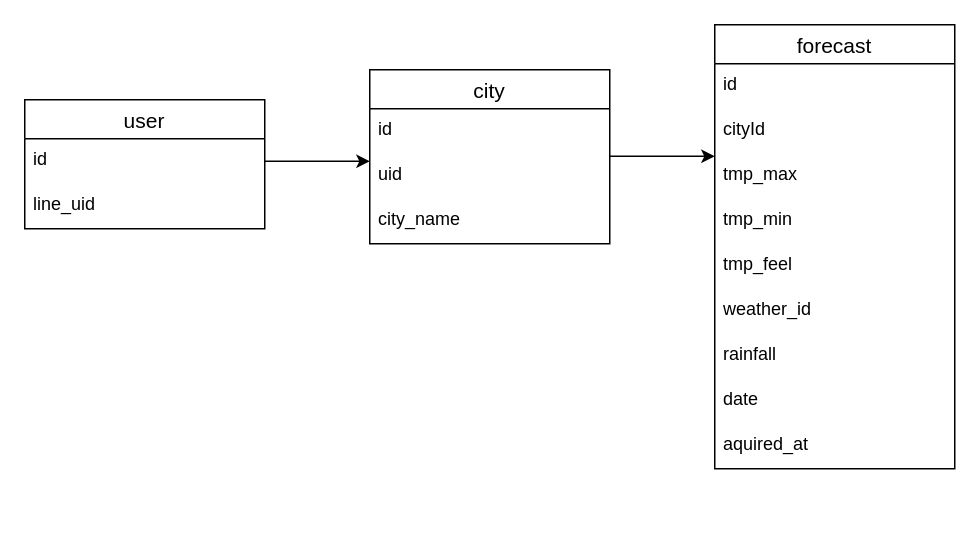
Earlier version of the draw.io diagram db/er/er.drawio (HijiriSato88/weatherLine). Source tidied: cells renumbered, new cells numbered last; positions are measured from the earlier drawing's top-left corner, leaving out a move shared by most shapes. Both pictures are drawn from the tidied source at 150%, with x=0, y=0 at pixel (24, 24).
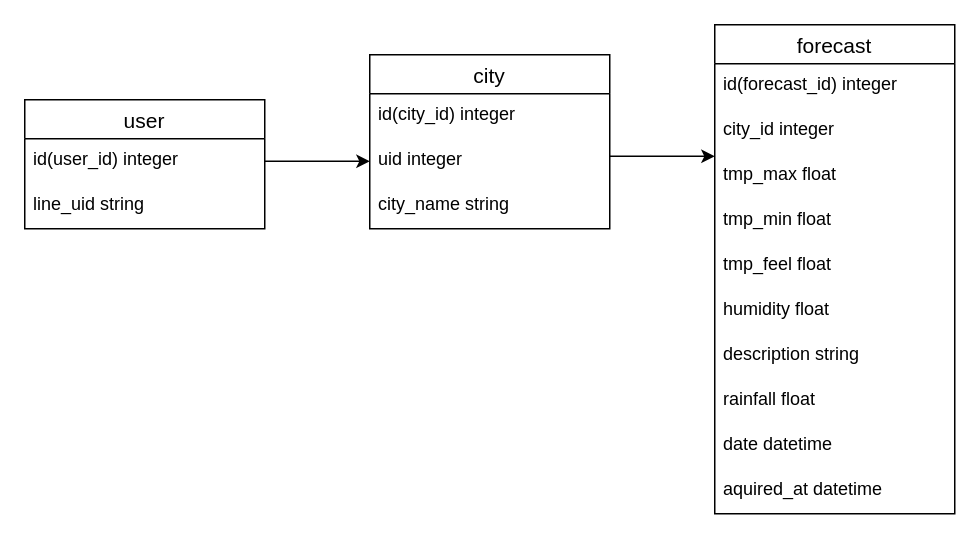
Above is the later version.

The change refers to these unchanged cells:
```xml
<mxCell id="2" value="user" style="swimlane;fontStyle=0;horizontal=1;startSize=26;align=center;fontSize=14;" parent="1" vertex="1">
  <mxGeometry y="50" width="160" height="86" as="geometry" />
</mxCell>
```

The edit, as a diff of the source:
```diff
@@
-    <mxCell id="3" value="id" style="text;strokeColor=none;fillColor=none;spacingLeft=4;spacingRight=4;overflow=hidden;points=[[0,0.5],[1,0.5]];portConstraint=eastwest;fontSize=12;" parent="2" vertex="1">
+    <mxCell id="3" value="id(user_id) integer" style="text;strokeColor=none;fillColor=none;spacingLeft=4;spacingRight=4;overflow=hidden;points=[[0,0.5],[1,0.5]];portConstraint=eastwest;fontSize=12;" parent="2" vertex="1">
       <mxGeometry y="26" width="160" height="30" as="geometry" />
     </mxCell>
-    <mxCell id="4" value="line_uid" style="text;strokeColor=none;fillColor=none;spacingLeft=4;spacingRight=4;overflow=hidden;fontSize=12;" parent="2" vertex="1">
+    <mxCell id="4" value="line_uid string" style="text;strokeColor=none;fillColor=none;spacingLeft=4;spacingRight=4;overflow=hidden;fontSize=12;" parent="2" vertex="1">
       <mxGeometry y="56" width="160" height="30" as="geometry" />
     </mxCell>
@@
     <mxCell id="6" value="forecast" style="swimlane;fontStyle=0;horizontal=1;startSize=26;align=center;fontSize=14;" parent="1" vertex="1">
-      <mxGeometry x="460" width="160" height="296" as="geometry" />
+      <mxGeometry x="460" width="160" height="326" as="geometry" />
     </mxCell>
-    <mxCell id="7" value="id" style="text;strokeColor=none;fillColor=none;spacingLeft=4;spacingRight=4;overflow=hidden;fontSize=12;" parent="6" vertex="1">
+    <mxCell id="7" value="id(forecast_id) integer" style="text;strokeColor=none;fillColor=none;spacingLeft=4;spacingRight=4;overflow=hidden;fontSize=12;" parent="6" vertex="1">
       <mxGeometry y="26" width="160" height="30" as="geometry" />
     </mxCell>
-    <mxCell id="8" value="cityId" style="text;strokeColor=none;fillColor=none;spacingLeft=4;spacingRight=4;overflow=hidden;fontSize=12;" parent="6" vertex="1">
+    <mxCell id="8" value="city_id integer" style="text;strokeColor=none;fillColor=none;spacingLeft=4;spacingRight=4;overflow=hidden;fontSize=12;" parent="6" vertex="1">
       <mxGeometry y="56" width="160" height="30" as="geometry" />
     </mxCell>
-    <mxCell id="9" value="tmp_max" style="text;strokeColor=none;fillColor=none;spacingLeft=4;spacingRight=4;overflow=hidden;fontSize=12;" parent="6" vertex="1">
+    <mxCell id="9" value="tmp_max float" style="text;strokeColor=none;fillColor=none;spacingLeft=4;spacingRight=4;overflow=hidden;fontSize=12;" parent="6" vertex="1">
       <mxGeometry y="86" width="160" height="30" as="geometry" />
     </mxCell>
-    <mxCell id="10" value="tmp_min" style="text;strokeColor=none;fillColor=none;spacingLeft=4;spacingRight=4;overflow=hidden;fontSize=12;" parent="6" vertex="1">
+    <mxCell id="10" value="tmp_min float" style="text;strokeColor=none;fillColor=none;spacingLeft=4;spacingRight=4;overflow=hidden;fontSize=12;" parent="6" vertex="1">
       <mxGeometry y="116" width="160" height="30" as="geometry" />
     </mxCell>
-    <mxCell id="11" value="tmp_feel" style="text;strokeColor=none;fillColor=none;spacingLeft=4;spacingRight=4;overflow=hidden;fontSize=12;" parent="6" vertex="1">
+    <mxCell id="11" value="tmp_feel float" style="text;strokeColor=none;fillColor=none;spacingLeft=4;spacingRight=4;overflow=hidden;fontSize=12;" parent="6" vertex="1">
       <mxGeometry y="146" width="160" height="30" as="geometry" />
     </mxCell>
+    <mxCell id="21" value="humidity float" style="text;strokeColor=none;fillColor=none;spacingLeft=4;spacingRight=4;overflow=hidden;fontSize=12;" parent="6" vertex="1">
+      <mxGeometry y="176" width="160" height="30" as="geometry" />
+    </mxCell>
-    <mxCell id="12" value="weather_id" style="text;strokeColor=none;fillColor=none;spacingLeft=4;spacingRight=4;overflow=hidden;fontSize=12;" parent="6" vertex="1">
-      <mxGeometry y="176" width="160" height="30" as="geometry" />
+    <mxCell id="12" value="description string" style="text;strokeColor=none;fillColor=none;spacingLeft=4;spacingRight=4;overflow=hidden;fontSize=12;" parent="6" vertex="1">
+      <mxGeometry y="206" width="160" height="30" as="geometry" />
     </mxCell>
-    <mxCell id="13" value="rainfall" style="text;strokeColor=none;fillColor=none;spacingLeft=4;spacingRight=4;overflow=hidden;fontSize=12;" parent="6" vertex="1">
-      <mxGeometry y="206" width="160" height="30" as="geometry" />
+    <mxCell id="13" value="rainfall float" style="text;strokeColor=none;fillColor=none;spacingLeft=4;spacingRight=4;overflow=hidden;fontSize=12;" parent="6" vertex="1">
+      <mxGeometry y="236" width="160" height="30" as="geometry" />
     </mxCell>
-    <mxCell id="14" value="date" style="text;strokeColor=none;fillColor=none;spacingLeft=4;spacingRight=4;overflow=hidden;fontSize=12;" parent="6" vertex="1">
-      <mxGeometry y="236" width="160" height="30" as="geometry" />
+    <mxCell id="14" value="date datetime" style="text;strokeColor=none;fillColor=none;spacingLeft=4;spacingRight=4;overflow=hidden;fontSize=12;" parent="6" vertex="1">
+      <mxGeometry y="266" width="160" height="30" as="geometry" />
     </mxCell>
-    <mxCell id="15" value="aquired_at" style="text;strokeColor=none;fillColor=none;spacingLeft=4;spacingRight=4;overflow=hidden;fontSize=12;" parent="6" vertex="1">
-      <mxGeometry y="266" width="160" height="30" as="geometry" />
+    <mxCell id="15" value="aquired_at datetime" style="text;strokeColor=none;fillColor=none;spacingLeft=4;spacingRight=4;overflow=hidden;fontSize=12;" parent="6" vertex="1">
+      <mxGeometry y="296" width="160" height="30" as="geometry" />
     </mxCell>
     <mxCell id="16" value="city" style="swimlane;fontStyle=0;horizontal=1;startSize=26;align=center;fontSize=14;" parent="1" vertex="1">
-      <mxGeometry x="230" y="30" width="160" height="116" as="geometry" />
+      <mxGeometry x="230" y="20" width="160" height="116" as="geometry" />
     </mxCell>
-    <mxCell id="17" value="id" style="text;strokeColor=none;fillColor=none;spacingLeft=4;spacingRight=4;overflow=hidden;fontSize=12;" parent="16" vertex="1">
+    <mxCell id="17" value="id(city_id) integer" style="text;strokeColor=none;fillColor=none;spacingLeft=4;spacingRight=4;overflow=hidden;fontSize=12;" parent="16" vertex="1">
       <mxGeometry y="26" width="160" height="30" as="geometry" />
     </mxCell>
-    <mxCell id="18" value="uid" style="text;strokeColor=none;fillColor=none;spacingLeft=4;spacingRight=4;overflow=hidden;fontSize=12;" parent="16" vertex="1">
+    <mxCell id="18" value="uid integer" style="text;strokeColor=none;fillColor=none;spacingLeft=4;spacingRight=4;overflow=hidden;fontSize=12;" parent="16" vertex="1">
       <mxGeometry y="56" width="160" height="30" as="geometry" />
     </mxCell>
-    <mxCell id="19" value="city_name" style="text;strokeColor=none;fillColor=none;spacingLeft=4;spacingRight=4;overflow=hidden;fontSize=12;" parent="16" vertex="1">
+    <mxCell id="19" value="city_name string" style="text;strokeColor=none;fillColor=none;spacingLeft=4;spacingRight=4;overflow=hidden;fontSize=12;" parent="16" vertex="1">
       <mxGeometry y="86" width="160" height="30" as="geometry" />
     </mxCell>
```
